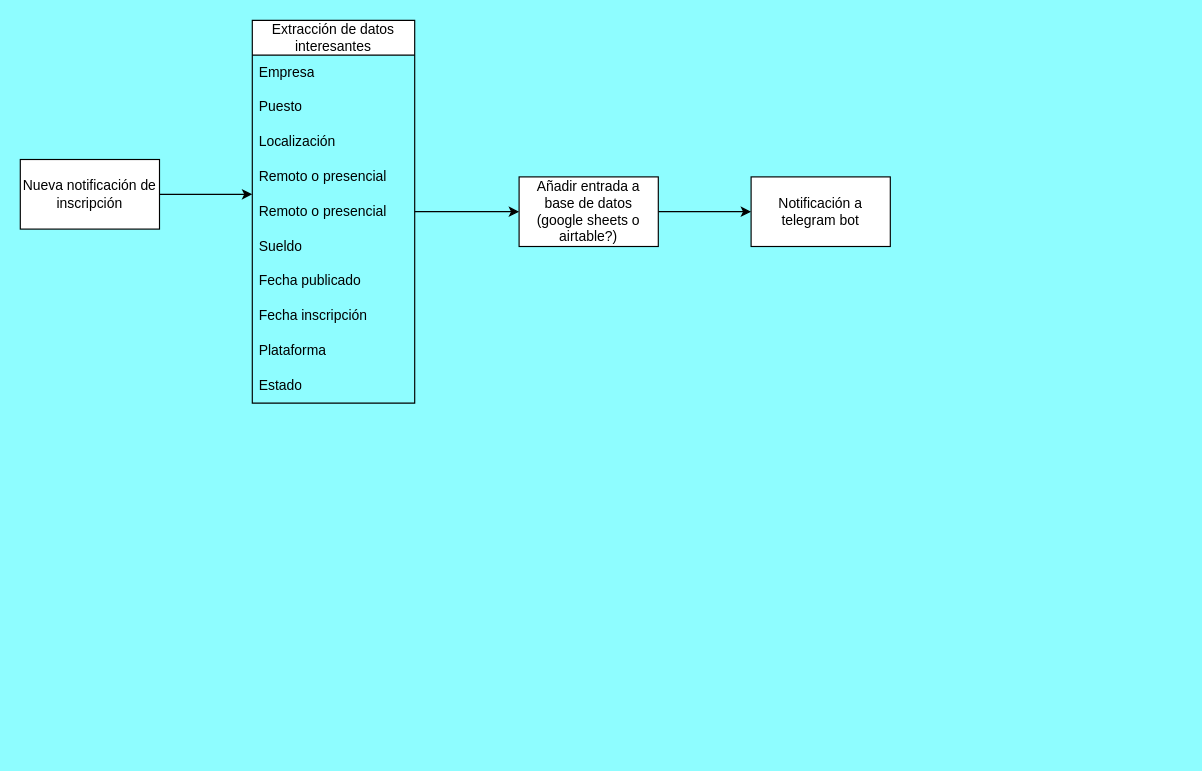
This is N8N.drawio from javiocu/Google-IT, a draw.io file, before an edit. Source tidied: cells renumbered, new cells numbered last; positions are measured from the earlier drawing's top-left corner, leaving out a move shared by most shapes. Both pictures are drawn from the tidied source at 116%, with x=0, y=0 at pixel (20, 20).
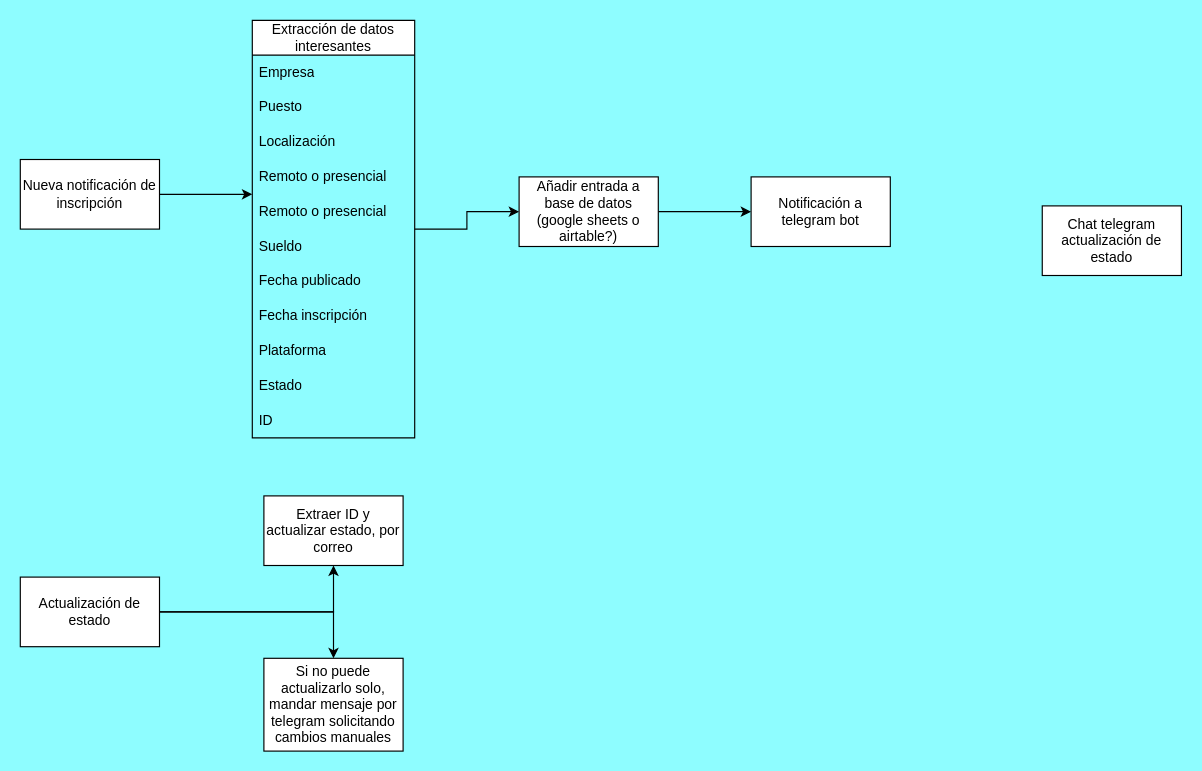
The same diagram, later.

Diff of the diagram source:
```diff
@@
     <mxCell id="5" value="Extracción de datos interesantes" style="swimlane;fontStyle=0;horizontal=1;startSize=30;whiteSpace=wrap;html=1;" parent="1" vertex="1">
-      <mxGeometry x="200" width="140" height="330" as="geometry" />
+      <mxGeometry x="200" width="140" height="360" as="geometry" />
     </mxCell>
@@
+    <mxCell id="19" value="ID" style="text;strokeColor=none;fillColor=none;align=left;verticalAlign=middle;spacingLeft=4;spacingRight=4;overflow=hidden;whiteSpace=wrap;html=1;miterlimit=6;" parent="5" vertex="1">
+      <mxGeometry y="330" width="140" height="30" as="geometry" />
+    </mxCell>
@@
+    <mxCell id="20" value="Chat telegram actualización de estado" style="rounded=0;whiteSpace=wrap;html=1;" parent="1" vertex="1">
+      <mxGeometry x="881" y="160" width="120" height="60" as="geometry" />
+    </mxCell>
+    <mxCell id="21" style="edgeStyle=orthogonalEdgeStyle;rounded=0;jettySize=auto;html=1;" parent="1" edge="1" source="23" target="24">
+      <mxGeometry relative="1" as="geometry" />
+    </mxCell>
+    <mxCell id="22" style="edgeStyle=orthogonalEdgeStyle;rounded=0;jettySize=auto;html=1;" parent="1" edge="1" source="23" target="25">
+      <mxGeometry relative="1" as="geometry" />
+    </mxCell>
+    <mxCell id="23" value="Actualización de estado" style="rounded=0;whiteSpace=wrap;html=1;" parent="1" vertex="1">
+      <mxGeometry y="480" width="120" height="60" as="geometry" />
+    </mxCell>
+    <mxCell id="24" value="Extraer ID y actualizar estado, por correo" style="whiteSpace=wrap;html=1;rounded=0;" parent="1" vertex="1">
+      <mxGeometry x="210" y="410" width="120" height="60" as="geometry" />
+    </mxCell>
+    <mxCell id="25" value="Si no puede actualizarlo solo, mandar mensaje por telegram solicitando cambios manuales" style="whiteSpace=wrap;html=1;rounded=0;" parent="1" vertex="1">
+      <mxGeometry x="210" y="550" width="120" height="80" as="geometry" />
+    </mxCell>
```
